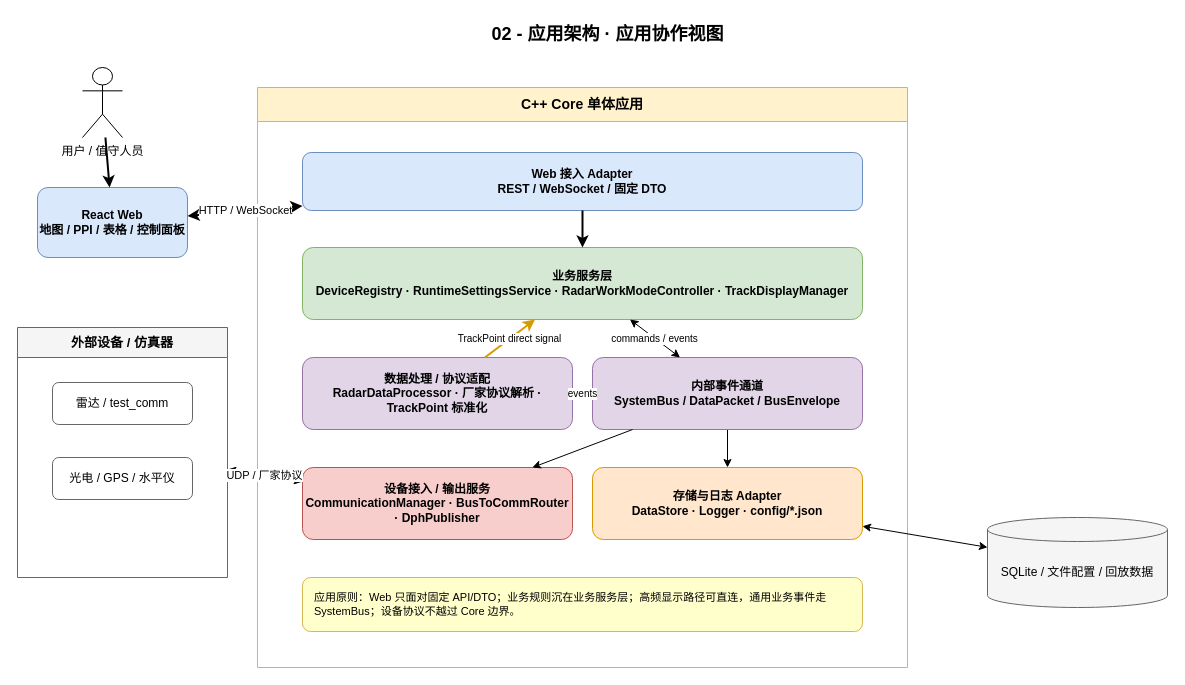
The draw.io diagram doc/architecture/02-应用架构.drawio in YoungL524/newAnti_arch, before the edit. Source tidied: cells renumbered, new cells numbered last; positions are measured from the earlier drawing's top-left corner, leaving out a move shared by most shapes. Both pictures are drawn from the tidied source at 100%, with x=0, y=0 at pixel (17, 17).
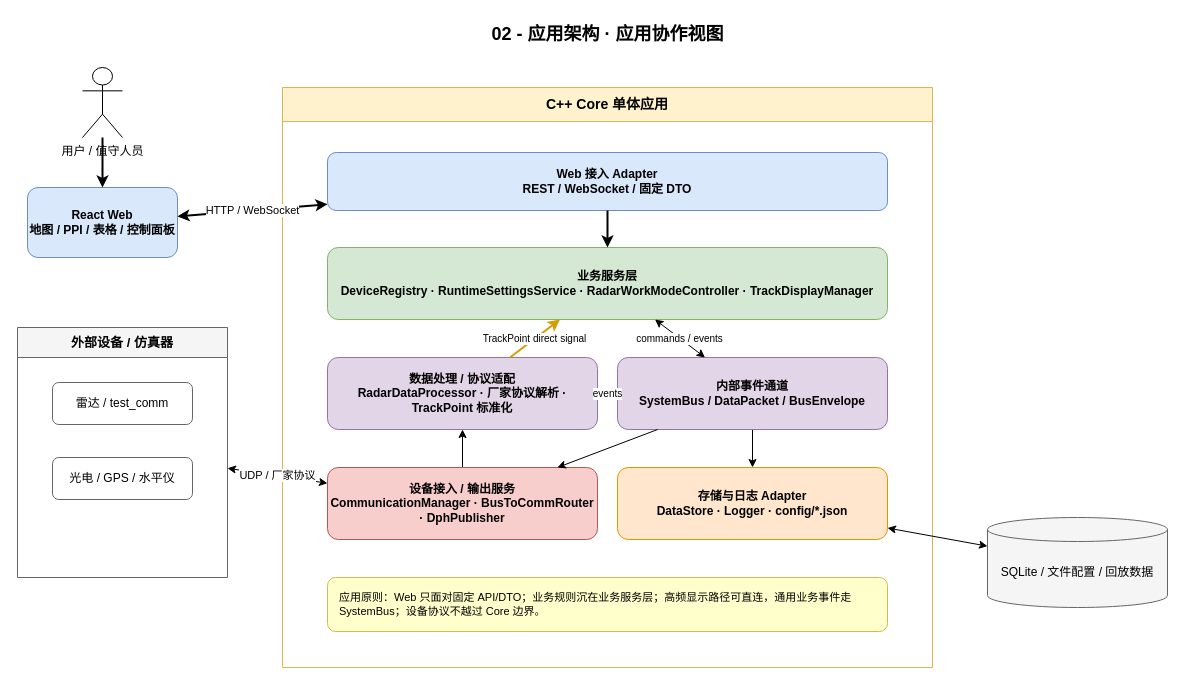
The same page after the edit.

Unchanged cells that the change refers to:
```xml
<mxCell id="8" value="数据处理 / 协议适配&#10;RadarDataProcessor · 厂家协议解析 · TrackPoint 标准化" style="rounded=1;whiteSpace=wrap;html=1;fillColor=#e1d5e7;strokeColor=#9673a6;fontSize=12;fontStyle=1;" parent="5" vertex="1">
  <mxGeometry x="45" y="270" width="270" height="72" as="geometry" />
</mxCell>
<mxCell id="11" value="设备接入 / 输出服务&#10;CommunicationManager · BusToCommRouter · DphPublisher" style="rounded=1;whiteSpace=wrap;html=1;fillColor=#f8cecc;strokeColor=#b85450;fontSize=12;fontStyle=1;" parent="5" vertex="1">
  <mxGeometry x="45" y="380" width="270" height="72" as="geometry" />
</mxCell>
```

What changed in the source:
```diff
@@
     <mxCell id="4" value="React Web&#10;地图 / PPI / 表格 / 控制面板" style="rounded=1;whiteSpace=wrap;html=1;fillColor=#dae8fc;strokeColor=#6c8ebf;fontSize=12;fontStyle=1;" parent="1" vertex="1">
-      <mxGeometry x="20" y="170" width="150" height="70" as="geometry" />
+      <mxGeometry x="10" y="170" width="150" height="70" as="geometry" />
     </mxCell>
     <mxCell id="5" value="C++ Core 单体应用" style="swimlane;startSize=34;rounded=0;whiteSpace=wrap;html=1;fillColor=#fff2cc;strokeColor=#d6b656;fontStyle=1;fontSize=14;" parent="1" vertex="1">
-      <mxGeometry x="240" y="70" width="650" height="580" as="geometry" />
+      <mxGeometry x="265" y="70" width="650" height="580" as="geometry" />
     </mxCell>
@@
+    <mxCell id="27" style="edgeStyle=orthogonalEdgeStyle;rounded=0;jettySize=auto;html=1;exitX=0.5;exitY=0;exitDx=0;exitDy=0;entryX=0.5;entryY=1;entryDx=0;entryDy=0;" parent="5" edge="1" source="11" target="8">
+      <mxGeometry relative="1" as="geometry" />
+    </mxCell>
```
